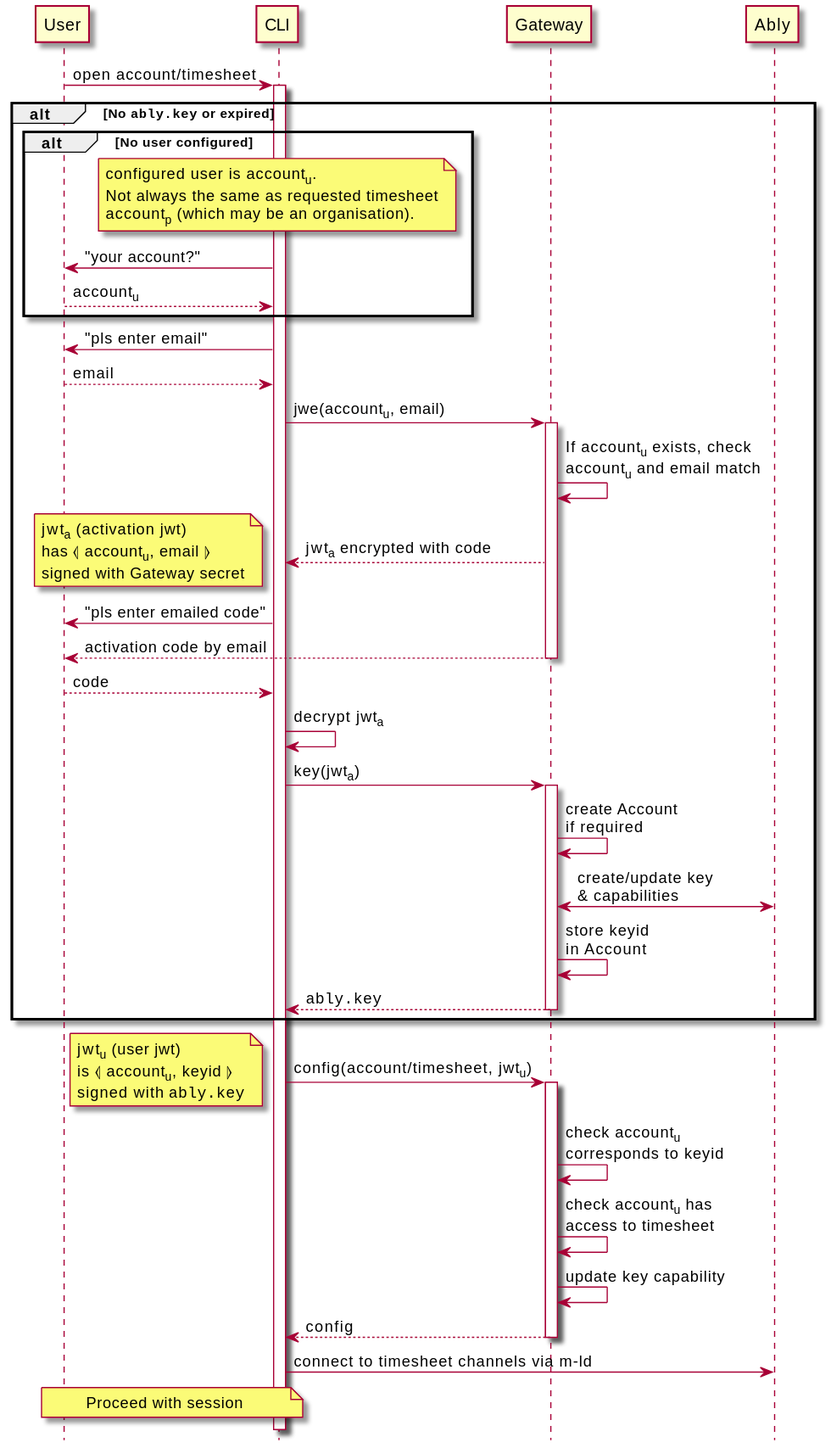
The PlantUML diagram architecture/security/img/register-cli.seq.svg in m-ld/timeld, before a commit.
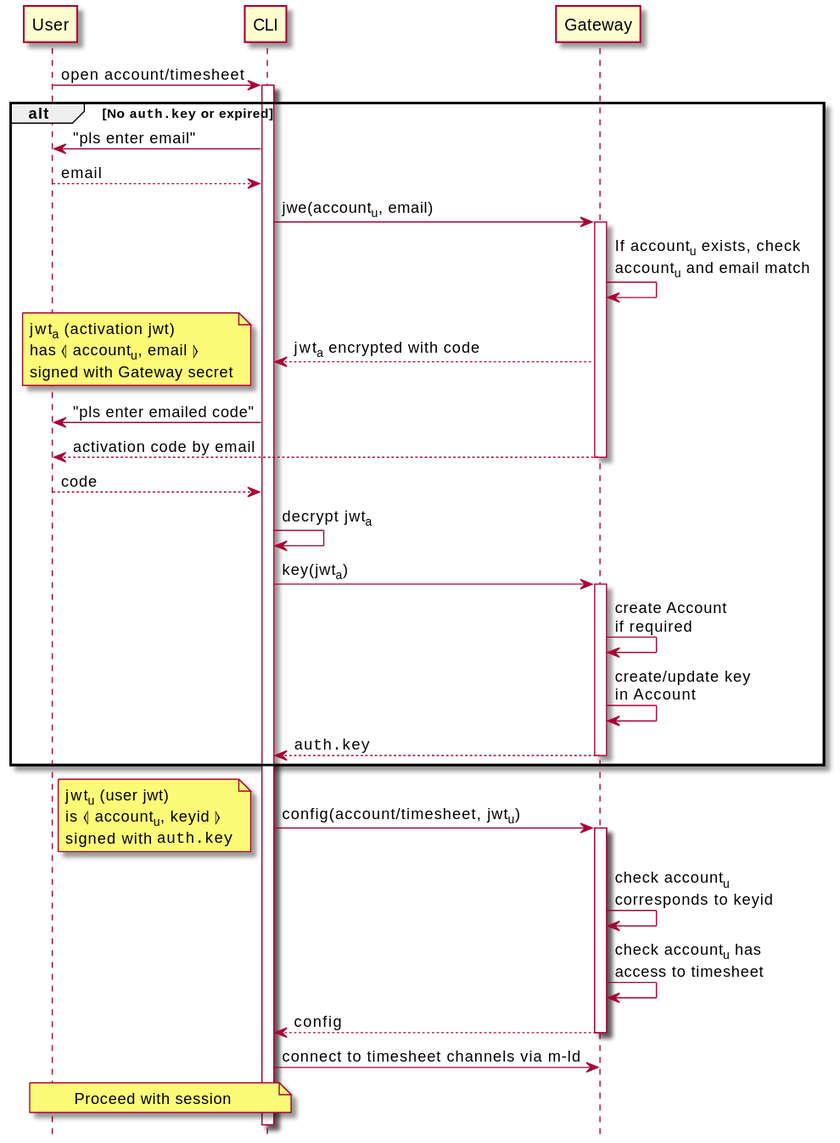
The same diagram one commit later.

Commit message:
Deployment diagram Removal of Ably from architecture

Change to the diagram source:
```diff
@@ -2,16 +2,7 @@
 hide footbox
 
 User -> CLI ++: open account/timesheet
-alt No ""ably.key"" or expired
-  alt No user configured
-    note over CLI
-      configured user is account<sub>u</sub>.
-      Not always the same as requested timesheet
-      account<sub>p</sub> (which may be an organisation).
-    end note
-    CLI -> User: "your account?"
-    User --> CLI: account<sub>u</sub>
-  end
+alt No ""auth.key"" or expired
   CLI -> User: "pls enter email"
   User --> CLI: email
   CLI -> Gateway ++: jwe(account<sub>u</sub>, email)
@@ -29,23 +20,21 @@
   CLI -> CLI: decrypt jwt<sub>a</sub>
   CLI -> Gateway ++: key(jwt<sub>a</sub>)
   Gateway -> Gateway: create Account\nif required
-  Gateway <-> Ably: create/update key\n& capabilities
-  Gateway -> Gateway: store keyid\nin Account
-  return ""ably.key""
+  Gateway -> Gateway: create/update key\nin Account
+  return ""auth.key""
 end
 
 CLI -> Gateway ++: config(account/timesheet, jwt<sub>u</sub>)
 note left
   jwt<sub>u</sub> (user jwt)
   is ⦉ account<sub>u</sub>, keyid ⦊
-  signed with ""ably.key""
+  signed with ""auth.key""
 end note
 Gateway -> Gateway: check account<sub>u</sub>\ncorresponds to keyid
 Gateway -> Gateway: check account<sub>u</sub> has\naccess to timesheet
-Gateway -> Gateway: update key capability
 return config
 
-CLI -> Ably: connect to timesheet channels via m-ld
+CLI -> Gateway: connect to timesheet channels via m-ld
 note over User, CLI: Proceed with session
 
 @enduml
```
